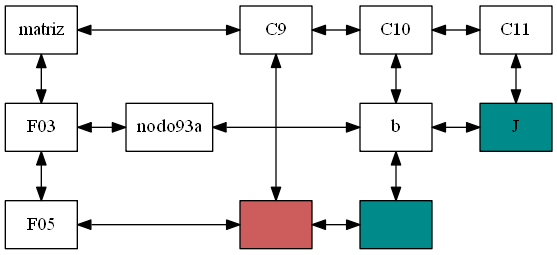
This is Reportes/Matriz.png from hr9457/EDD_1S2020_PY1_201314296, a Graphviz export, as it was before one commit. Its source is kept beside it as ArchivosDot/Matriz.dot.
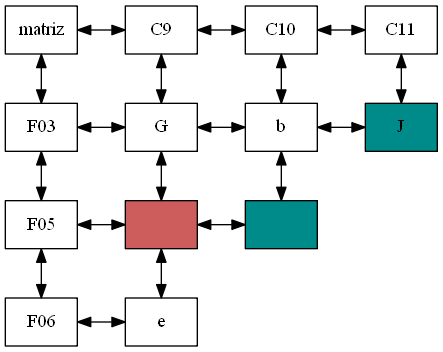
The same diagram one commit later.

Change to the diagram source:
```diff
@@ -11,20 +11,24 @@
 
 F03[group = columna];
 F05[group = columna];
-F03->F05[dir=both];
+F06[group = columna];
+F03->F05->F06[dir=both];
 matriz->F03[dir=both];
 
-F03->nodo93a->nodo103b->nodo113J[dir=both];
-{rank = same; F03;nodo93a;nodo103b;nodo113J;}
+F03->nodo93G->nodo103b[dir=both];
+{rank = same; F03;nodo93G;nodo103b;}
 F05->nodo950->nodo1050[dir=both];
 {rank = same; F05;nodo950;nodo1050;}
+F06->nodo96e[dir=both];
+{rank = same; F06;nodo96e;}
 
+nodo93G[group =0,label="G"];
 nodo950[group =0,label="",style=filled,fillcolor="Indianred"];
-C90->nodo950[dir=both];
+nodo96e[group =0,label="e"];
+C90->nodo93G->nodo950->nodo96e[dir=both];
 nodo103b[group =1,label="b"];
 nodo1050[group =1,label="",style=filled,fillcolor="cyan4"];
 C100->nodo103b->nodo1050[dir=both];
-nodo113J[group =2,label="J",style=filled,fillcolor="cyan4"];
-C110->nodo113J[dir=both];
+C110->[dir=both];
 
 }
```
